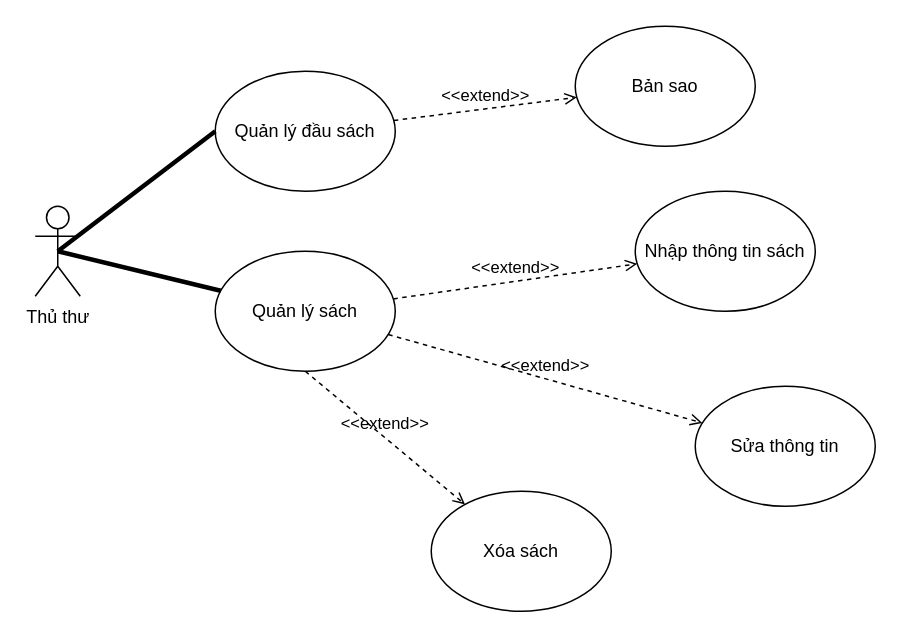
vanhieuhp/uml_diagram keeps this draw.io diagram as page "Quản lý sách" (3 of 4) of Untitled Diagram.drawio. Above is the earlier version. Source tidied: cells renumbered, new cells numbered last; positions are measured from the earlier drawing's top-left corner, leaving out a move shared by most shapes. Both pictures are drawn from the tidied source at 150%, with x=0, y=0 at pixel (34, 26).
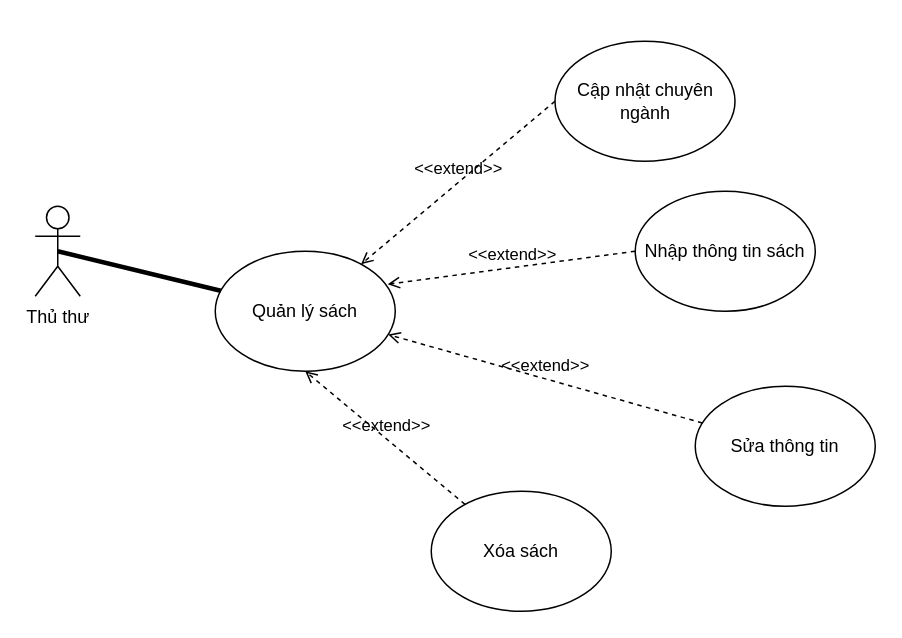
The same diagram, later.

Commit message (it also covers changes not shown here):
edit extend arrow

Change to the diagram source:
```diff
@@
 <mxGraphModel>
   <root>
     <mxCell id="0" />
     <mxCell id="1" parent="0" />
     <mxCell id="2" value="Thủ thư" style="shape=umlActor;verticalLabelPosition=bottom;verticalAlign=top;html=1;" parent="1" vertex="1">
       <mxGeometry y="120" width="30" height="60" as="geometry" />
     </mxCell>
-    <mxCell id="3" value="Quản lý đầu sách" style="ellipse;whiteSpace=wrap;html=1;" parent="1" vertex="1">
-      <mxGeometry x="120" y="30" width="120" height="80" as="geometry" />
-    </mxCell>
-    <mxCell id="4" value="Bản sao" style="ellipse;whiteSpace=wrap;html=1;" parent="1" vertex="1">
-      <mxGeometry x="360" width="120" height="80" as="geometry" />
-    </mxCell>
-    <mxCell id="5" value="&amp;lt;&amp;lt;extend&amp;gt;&amp;gt;" style="html=1;verticalAlign=bottom;labelBackgroundColor=none;endArrow=open;endFill=0;dashed=1;rounded=0;" parent="1" edge="1" source="3" target="4">
-      <mxGeometry relative="1" as="geometry" />
-    </mxCell>
-    <mxCell id="6" style="endArrow=none;startArrow=none;endFill=0;startFill=0;endSize=8;html=1;verticalAlign=bottom;labelBackgroundColor=none;strokeWidth=3;rounded=0;exitX=0.5;exitY=0.5;exitDx=0;exitDy=0;exitPerimeter=0;entryX=0;entryY=0.5;entryDx=0;entryDy=0;" parent="1" edge="1" source="2" target="3">
-      <mxGeometry relative="1" as="geometry" />
-    </mxCell>
     <mxCell id="7" value="Quản lý sách" style="ellipse;whiteSpace=wrap;html=1;" parent="1" vertex="1">
       <mxGeometry x="120" y="150" width="120" height="80" as="geometry" />
     </mxCell>
     <mxCell id="8" style="endArrow=none;startArrow=none;endFill=0;startFill=0;endSize=8;html=1;verticalAlign=bottom;labelBackgroundColor=none;strokeWidth=3;rounded=0;exitX=0.5;exitY=0.5;exitDx=0;exitDy=0;exitPerimeter=0;" parent="1" edge="1" source="2" target="7">
       <mxGeometry relative="1" as="geometry" />
     </mxCell>
     <mxCell id="9" value="Nhập thông tin sách" style="ellipse;whiteSpace=wrap;html=1;" parent="1" vertex="1">
       <mxGeometry x="400" y="110" width="120" height="80" as="geometry" />
     </mxCell>
     <mxCell id="10" value="Sửa thông tin" style="ellipse;whiteSpace=wrap;html=1;" parent="1" vertex="1">
       <mxGeometry x="440" y="240" width="120" height="80" as="geometry" />
     </mxCell>
     <mxCell id="11" value="Xóa sách" style="ellipse;whiteSpace=wrap;html=1;" parent="1" vertex="1">
       <mxGeometry x="264" y="310" width="120" height="80" as="geometry" />
     </mxCell>
-    <mxCell id="12" value="&amp;lt;&amp;lt;extend&amp;gt;&amp;gt;" style="html=1;verticalAlign=bottom;labelBackgroundColor=none;endArrow=open;endFill=0;dashed=1;rounded=0;" parent="1" edge="1" source="7" target="9">
+    <mxCell id="12" value="&amp;lt;&amp;lt;extend&amp;gt;&amp;gt;" style="html=1;verticalAlign=bottom;labelBackgroundColor=none;endArrow=open;endFill=0;dashed=1;rounded=0;entryX=0.958;entryY=0.275;entryDx=0;entryDy=0;entryPerimeter=0;exitX=0;exitY=0.5;exitDx=0;exitDy=0;" parent="1" edge="1" source="9" target="7">
       <mxGeometry relative="1" as="geometry" />
     </mxCell>
-    <mxCell id="13" value="&amp;lt;&amp;lt;extend&amp;gt;&amp;gt;" style="html=1;verticalAlign=bottom;labelBackgroundColor=none;endArrow=open;endFill=0;dashed=1;rounded=0;" parent="1" edge="1" source="7" target="10">
+    <mxCell id="13" value="&amp;lt;&amp;lt;extend&amp;gt;&amp;gt;" style="html=1;verticalAlign=bottom;labelBackgroundColor=none;endArrow=open;endFill=0;dashed=1;rounded=0;" parent="1" edge="1" source="10" target="7">
       <mxGeometry relative="1" as="geometry" />
     </mxCell>
-    <mxCell id="14" value="&amp;lt;&amp;lt;extend&amp;gt;&amp;gt;" style="html=1;verticalAlign=bottom;labelBackgroundColor=none;endArrow=open;endFill=0;dashed=1;rounded=0;exitX=0.5;exitY=1;exitDx=0;exitDy=0;" parent="1" edge="1" source="7" target="11">
+    <mxCell id="14" value="&amp;lt;&amp;lt;extend&amp;gt;&amp;gt;" style="html=1;verticalAlign=bottom;labelBackgroundColor=none;endArrow=open;endFill=0;dashed=1;rounded=0;entryX=0.5;entryY=1;entryDx=0;entryDy=0;" parent="1" edge="1" source="11" target="7">
       <mxGeometry relative="1" as="geometry" />
     </mxCell>
+    <mxCell id="15" value="Cập nhật chuyên ngành" style="ellipse;whiteSpace=wrap;html=1;" parent="1" vertex="1">
+      <mxGeometry x="346.5" y="10" width="120" height="80" as="geometry" />
+    </mxCell>
+    <mxCell id="5" value="&amp;lt;&amp;lt;extend&amp;gt;&amp;gt;" style="html=1;verticalAlign=bottom;labelBackgroundColor=none;endArrow=open;endFill=0;dashed=1;rounded=0;exitX=0;exitY=0.5;exitDx=0;exitDy=0;" parent="1" edge="1" source="15" target="7">
+      <mxGeometry relative="1" as="geometry" />
+    </mxCell>
   </root>
 </mxGraphModel>
```
